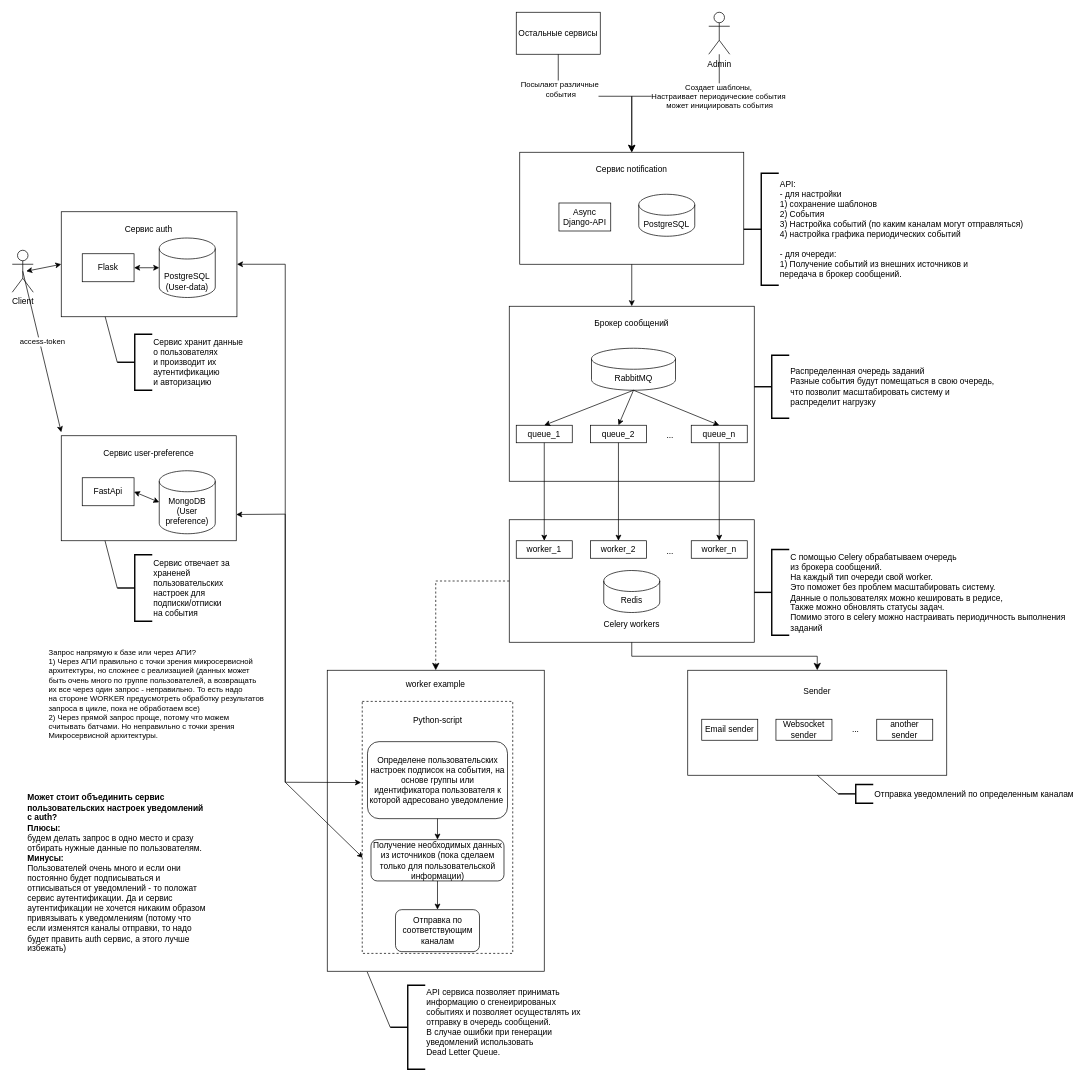
Before: architecture/notification_architecture_celery.drawio in mistandok/notifications, a draw.io diagram. Source tidied: cells renumbered, new cells numbered last; positions are measured from the earlier drawing's top-left corner, leaving out a move shared by most shapes. Both pictures are drawn from the tidied source at 70%, with x=0, y=0 at pixel (12, 12).
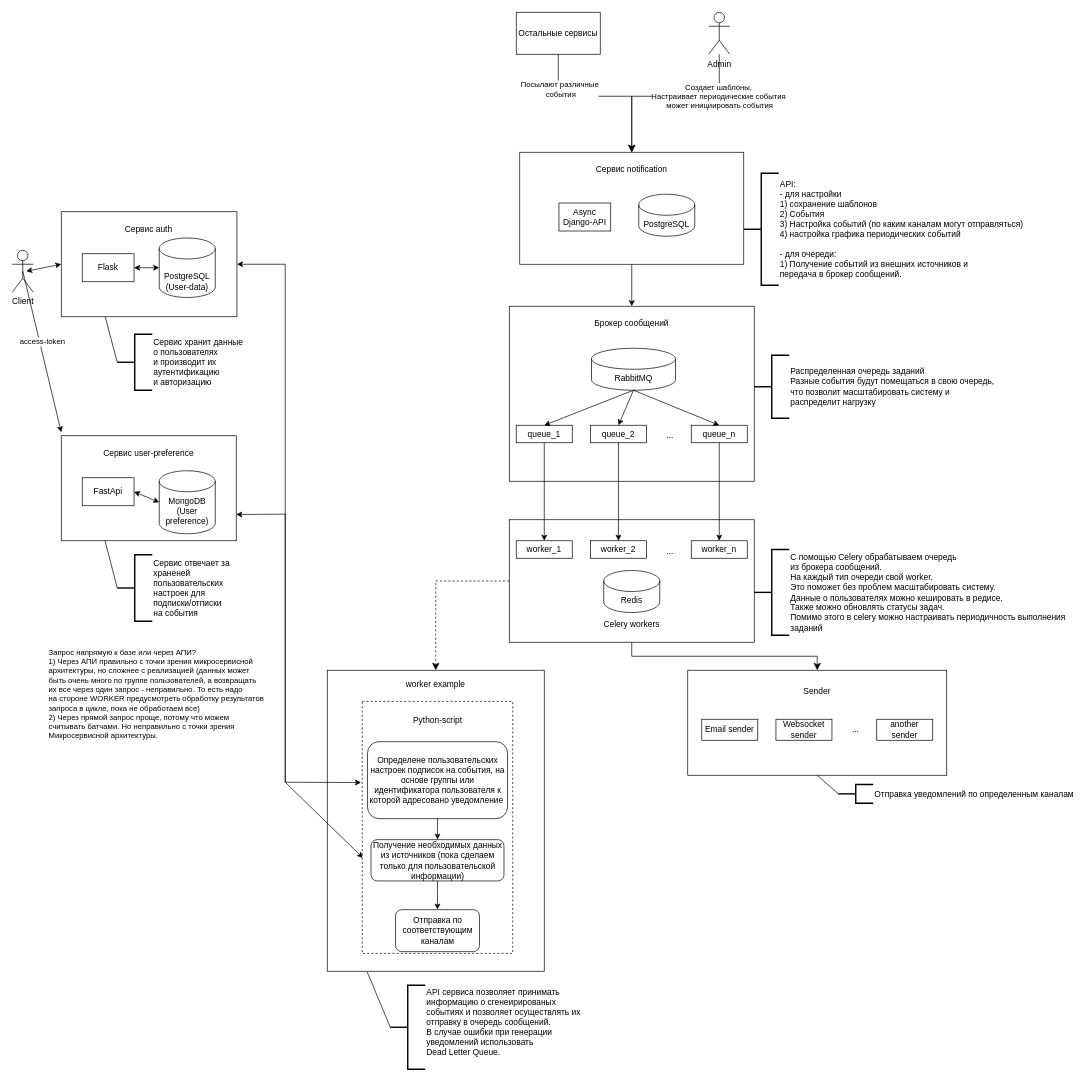
Above is the later version.

Change to the diagram source:
```diff
@@
-    <mxCell id="39" value="&lt;b&gt;Может стоит объединить сервис пользовательских настроек уведомлений с auth?&amp;nbsp;&lt;/b&gt;&lt;br&gt;&lt;b&gt;Плюсы:&amp;nbsp;&lt;/b&gt;&lt;br&gt;будем делать запрос в одно место и сразу отбирать нужные данные по пользователям.&lt;br&gt;&lt;b&gt;Минусы:&amp;nbsp;&lt;/b&gt;&lt;br&gt;Пользователей очень много и если они постоянно будет подписываться и отписываться от уведомлений - то положат сервис аутентификации. Да и сервис аутентификации не хочется никаким образом привязывать к уведомлениям (потому что если изменятся каналы отправки, то надо будет править auth сервис, а этого лучше избежать)" style="rounded=0;whiteSpace=wrap;html=1;align=left;strokeColor=none;" parent="1" vertex="1">
-      <mxGeometry x="20" y="1100" width="260" height="260" as="geometry" />
-    </mxCell>
```
